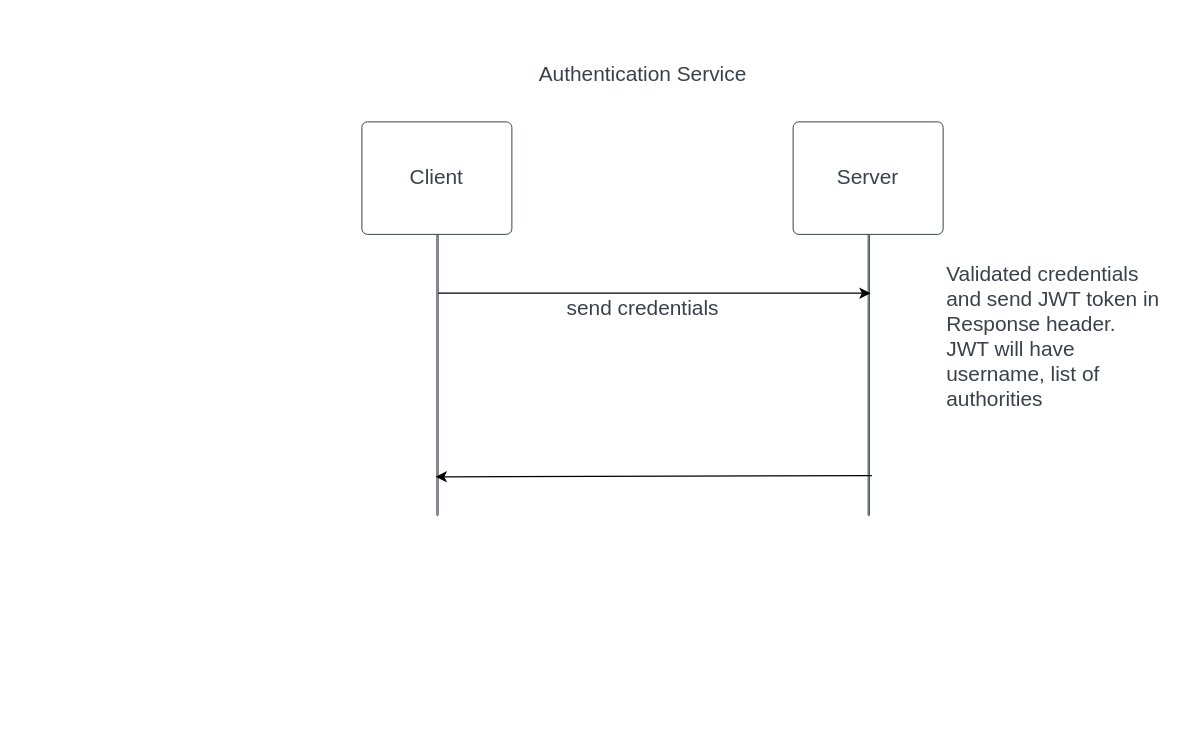
This is Auth Service.drawio from prade02/Documents, a draw.io file, before an edit. Source tidied: cells renumbered, new cells numbered last; positions are measured from the earlier drawing's top-left corner, leaving out a move shared by most shapes. Both pictures are drawn from the tidied source at 125%, with x=0, y=0 at pixel (296, 46).
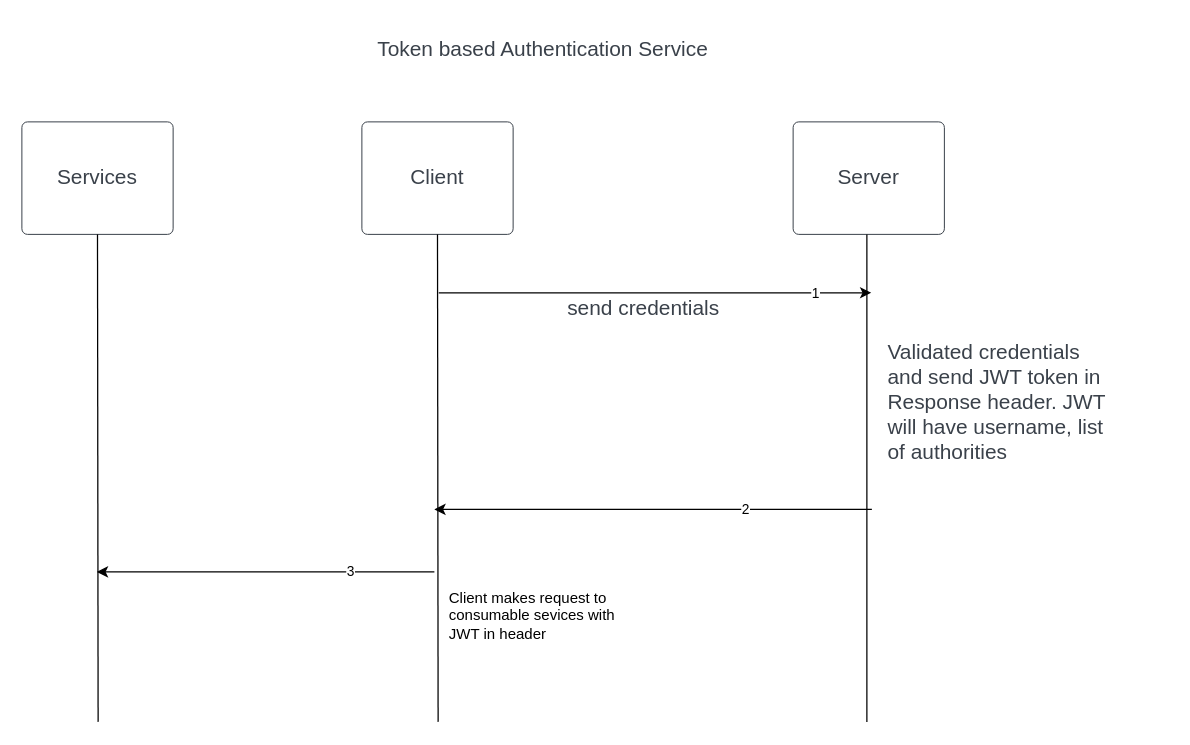
Above is the later version.

Diff of the diagram source:
```diff
@@
     <mxCell id="2" value="Server" style="html=1;overflow=block;blockSpacing=1;whiteSpace=wrap;fontSize=16.7;fontColor=#3a414a;spacing=9;strokeColor=#3a414a;strokeOpacity=100;rounded=1;absoluteArcSize=1;arcSize=9;strokeWidth=0.8;" parent="1" vertex="1">
-      <mxGeometry x="397" y="60" width="120" height="90" as="geometry" />
+      <mxGeometry x="397" y="60" width="121" height="90" as="geometry" />
     </mxCell>
-    <mxCell id="3" value="Authentication Service" style="html=1;overflow=block;blockSpacing=1;whiteSpace=wrap;fontSize=16.7;fontColor=#3a414a;spacing=3.8;strokeOpacity=0;fillOpacity=0;rounded=1;absoluteArcSize=1;arcSize=9;fillColor=#ffffff;strokeWidth=0.8;" parent="1" vertex="1">
-      <mxGeometry x="187" width="180" height="45" as="geometry" />
+    <mxCell id="3" value="Token based Authentication Service" style="html=1;overflow=block;blockSpacing=1;whiteSpace=wrap;fontSize=16.7;fontColor=#3a414a;spacing=3.8;strokeOpacity=0;fillOpacity=0;rounded=1;absoluteArcSize=1;arcSize=9;fillColor=#ffffff;strokeWidth=0.8;" parent="1" vertex="1">
+      <mxGeometry x="44" y="-20" width="306" height="45" as="geometry" />
     </mxCell>
     <mxCell id="4" value="Client" style="html=1;overflow=block;blockSpacing=1;whiteSpace=wrap;fontSize=16.7;fontColor=#3a414a;spacing=9;strokeColor=#3a414a;strokeOpacity=100;rounded=1;absoluteArcSize=1;arcSize=9;strokeWidth=0.8;" parent="1" vertex="1">
-      <mxGeometry x="52" y="60" width="120" height="90" as="geometry" />
+      <mxGeometry x="52" y="60" width="121" height="90" as="geometry" />
     </mxCell>
-    <mxCell id="5" style="html=1;overflow=block;blockSpacing=1;whiteSpace=wrap;fontSize=13;spacing=0;strokeColor=#3a414a;strokeOpacity=100;rounded=1;absoluteArcSize=1;arcSize=9;rotation=90;strokeWidth=0.8;" parent="1" vertex="1">
-      <mxGeometry y="262" width="225" height="1" as="geometry" />
-    </mxCell>
-    <mxCell id="6" style="html=1;overflow=block;blockSpacing=1;whiteSpace=wrap;fontSize=13;spacing=0;strokeColor=#3a414a;strokeOpacity=100;rounded=1;absoluteArcSize=1;arcSize=9;rotation=90;strokeWidth=0.8;" parent="1" vertex="1">
-      <mxGeometry x="345" y="262" width="225" height="1" as="geometry" />
-    </mxCell>
     <mxCell id="7" value="send credentials" style="html=1;overflow=block;blockSpacing=1;whiteSpace=wrap;fontSize=16.7;fontColor=#3a414a;spacing=3.8;strokeOpacity=0;fillOpacity=0;rounded=1;absoluteArcSize=1;arcSize=9;fillColor=#ffffff;strokeWidth=0.8;" parent="1" vertex="1">
-      <mxGeometry x="187" y="187" width="180" height="45" as="geometry" />
+      <mxGeometry x="187" y="187" width="181" height="45" as="geometry" />
     </mxCell>
     <mxCell id="8" value="Validated credentials and send JWT token in Response header. JWT will have username, list of authorities" style="html=1;overflow=block;blockSpacing=1;whiteSpace=wrap;fontSize=16.7;fontColor=#3a414a;align=left;spacing=3.8;verticalAlign=top;strokeOpacity=0;fillOpacity=0;rounded=1;absoluteArcSize=1;arcSize=9;fillColor=#ffffff;dashed=1;fixDash=1;dashPattern=16 6;strokeWidth=0.8;" parent="1" vertex="1">
-      <mxGeometry x="517" y="170" width="180" height="128" as="geometry" />
+      <mxGeometry x="470" y="232" width="181" height="128" as="geometry" />
     </mxCell>
-    <mxCell id="9" style="endArrow=classic;html=1;rounded=0;exitX=0.209;exitY=0;exitDx=0;exitDy=0;exitPerimeter=0;entryX=0.209;entryY=-1;entryDx=0;entryDy=0;entryPerimeter=0;" parent="1" edge="1" source="5" target="6">
-      <mxGeometry relative="1" as="geometry" />
+    <mxCell id="9" style="endArrow=classic;html=1;rounded=0;exitX=0.209;exitY=0;exitDx=0;exitDy=0;exitPerimeter=0;entryX=0.209;entryY=-1;entryDx=0;entryDy=0;entryPerimeter=0;" parent="1" edge="1">
+      <mxGeometry relative="1" as="geometry">
+        <mxPoint x="113.5" y="196.7" as="sourcePoint" />
+        <mxPoint x="459.5" y="196.7" as="targetPoint" />
+      </mxGeometry>
     </mxCell>
-    <mxCell id="10" style="endArrow=classic;html=1;rounded=0;entryX=0.862;entryY=2;entryDx=0;entryDy=0;entryPerimeter=0;exitX=0.858;exitY=-2;exitDx=0;exitDy=0;exitPerimeter=0;" parent="1" edge="1" source="6" target="5">
-      <mxGeometry relative="1" as="geometry" />
-    </mxCell>
+    <mxCell id="11" value="1" style="edgeLabel;html=1;align=center;verticalAlign=middle;" parent="9" vertex="1">
+      <mxGeometry x="0.74" relative="1" as="geometry" />
+    </mxCell>
+    <mxCell id="12" value="Services" style="html=1;overflow=block;blockSpacing=1;whiteSpace=wrap;fontSize=16.7;fontColor=#3a414a;spacing=9;strokeColor=#3a414a;strokeOpacity=100;rounded=1;absoluteArcSize=1;arcSize=9;strokeWidth=0.8;" parent="1" vertex="1">
+      <mxGeometry x="-220" y="60" width="121" height="90" as="geometry" />
+    </mxCell>
+    <mxCell id="13" style="endArrow=none;html=1;rounded=0;entryX=0.5;entryY=1;entryDx=0;entryDy=0;" parent="1" edge="1" target="12">
+      <mxGeometry relative="1" as="geometry">
+        <mxPoint x="-159" y="540" as="sourcePoint" />
+      </mxGeometry>
+    </mxCell>
+    <mxCell id="14" style="endArrow=none;html=1;rounded=0;entryX=0.5;entryY=1;entryDx=0;entryDy=0;" parent="1" edge="1" target="4">
+      <mxGeometry relative="1" as="geometry">
+        <mxPoint x="113" y="540" as="sourcePoint" />
+      </mxGeometry>
+    </mxCell>
+    <mxCell id="15" style="endArrow=none;html=1;rounded=0;entryX=0.5;entryY=1;entryDx=0;entryDy=0;" parent="1" edge="1">
+      <mxGeometry relative="1" as="geometry">
+        <mxPoint x="456" y="540" as="sourcePoint" />
+        <mxPoint x="456" y="150" as="targetPoint" />
+      </mxGeometry>
+    </mxCell>
+    <mxCell id="16" style="endArrow=classic;html=1;rounded=0;" parent="1" edge="1">
+      <mxGeometry relative="1" as="geometry">
+        <mxPoint x="460" y="370" as="sourcePoint" />
+        <mxPoint x="110" y="370" as="targetPoint" />
+      </mxGeometry>
+    </mxCell>
+    <mxCell id="17" value="2" style="edgeLabel;html=1;align=center;verticalAlign=middle;" parent="16" vertex="1">
+      <mxGeometry x="-0.42" y="-1" relative="1" as="geometry" />
+    </mxCell>
+    <mxCell id="18" style="endArrow=classic;html=1;rounded=0;" parent="1" edge="1">
+      <mxGeometry relative="1" as="geometry">
+        <mxPoint x="110" y="420" as="sourcePoint" />
+        <mxPoint x="-160" y="420" as="targetPoint" />
+      </mxGeometry>
+    </mxCell>
+    <mxCell id="19" value="3" style="edgeLabel;html=1;align=center;verticalAlign=middle;" parent="18" vertex="1">
+      <mxGeometry x="-0.5" y="-1" relative="1" as="geometry" />
+    </mxCell>
+    <mxCell id="20" value="Client makes request to consumable sevices with JWT in header&amp;nbsp;" style="text;html=1;strokeColor=none;fillColor=none;align=left;verticalAlign=middle;whiteSpace=wrap;rounded=0;" parent="1" vertex="1">
+      <mxGeometry x="120" y="440" width="160" height="30" as="geometry" />
+    </mxCell>
```
